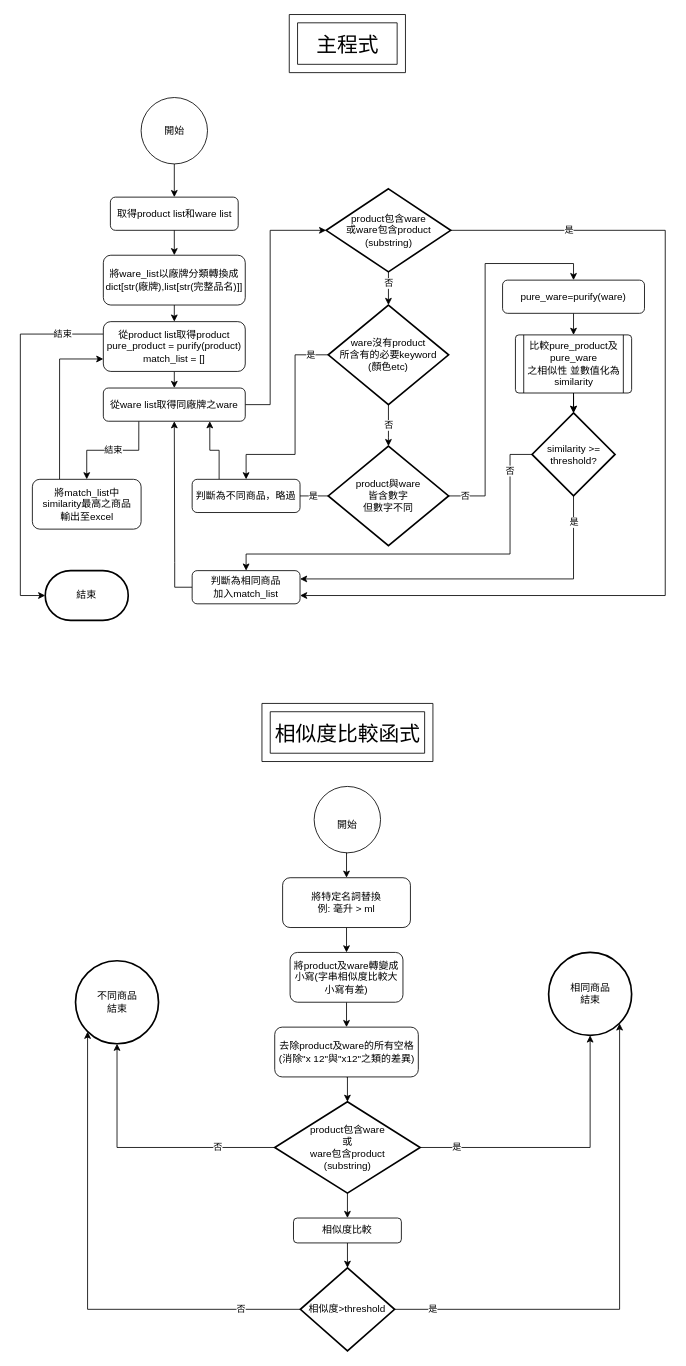
Before: Program Logic.drawio in FractaIism/Hsinchu-Find-Stocks, a draw.io diagram. Source tidied: cells renumbered, new cells numbered last; positions are measured from the earlier drawing's top-left corner, leaving out a move shared by most shapes. Both pictures are drawn from the tidied source at 83%, with x=0, y=0 at pixel (20, 14).
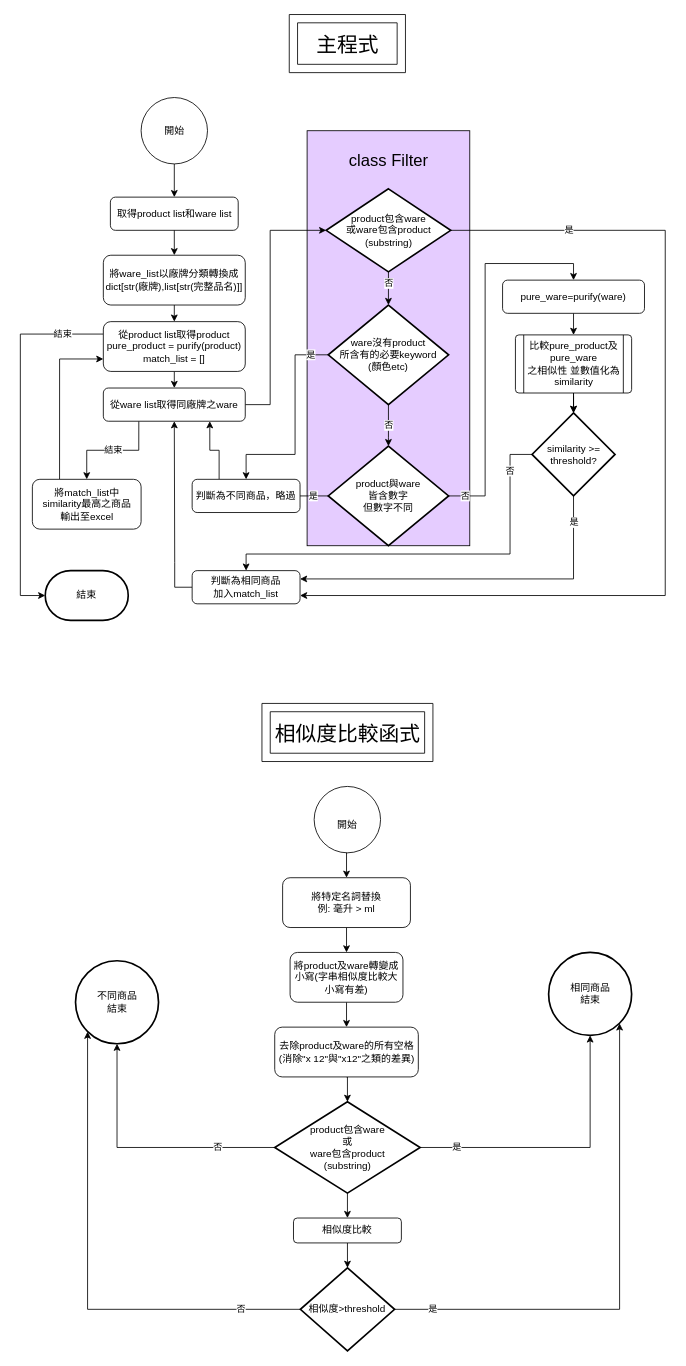
After the change.

Change to the diagram source:
```diff
@@
+    <mxCell id="59" value="class Filter" style="rounded=0;whiteSpace=wrap;html=1;fillColor=#E5CCFF;spacingTop=-430;fontSize=20;" parent="1" vertex="1">
+      <mxGeometry x="345.5" y="140" width="196" height="500" as="geometry" />
+    </mxCell>
```
